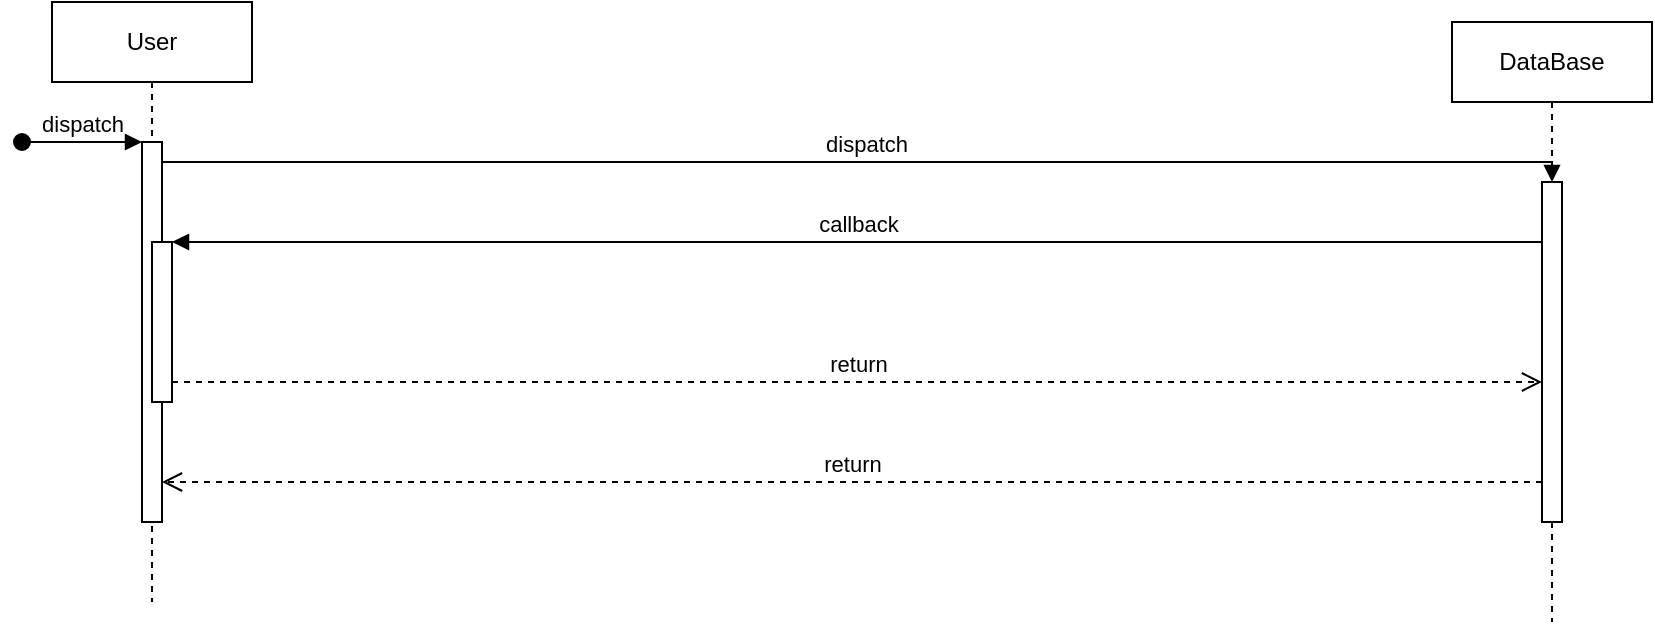
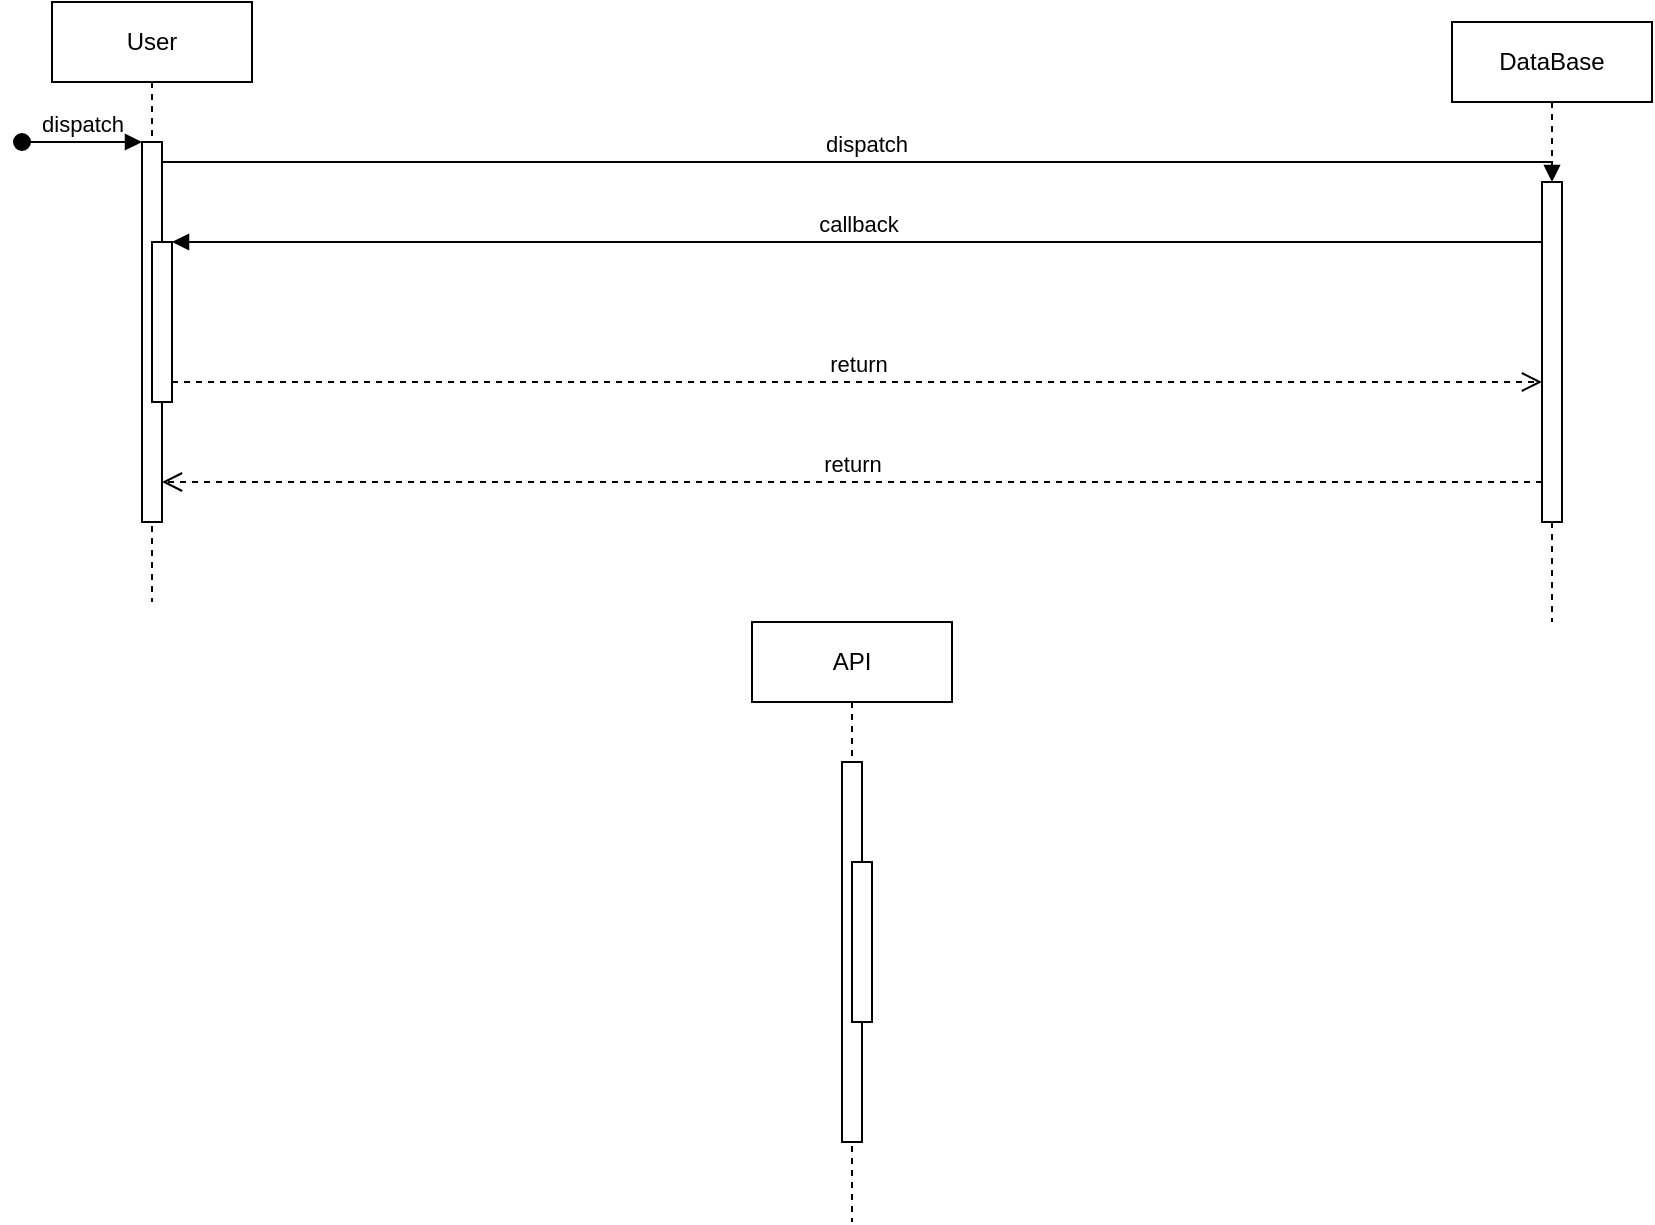
<mxfile host="app.diagrams.net" agent="5.0 (Macintosh; Intel Mac OS X 10_15_7) AppleWebKit/537.36 (KHTML, like Gecko) Chrome/109.0.0.0 Safari/537.36">
  <diagram name="Page-1" id="2YBvvXClWsGukQMizWep">
-     <mxGraphModel dx="1088" dy="418" grid="1" gridSize="10" guides="1" tooltips="1" connect="1" arrows="1" fold="1" page="1" pageScale="1" pageWidth="850" pageHeight="1100" math="0" shadow="0">
+     <mxGraphModel dx="1174" dy="429" grid="1" gridSize="10" guides="1" tooltips="1" connect="1" arrows="1" fold="1" page="1" pageScale="1" pageWidth="850" pageHeight="1100" math="0" shadow="0">
      <root>
        <mxCell id="0" />
        <mxCell id="1" parent="0" />
        <mxCell id="aM9ryv3xv72pqoxQDRHE-1" parent="1" style="shape=umlLifeline;perimeter=lifelinePerimeter;whiteSpace=wrap;html=1;container=0;dropTarget=0;collapsible=0;recursiveResize=0;outlineConnect=0;portConstraint=eastwest;newEdgeStyle={&quot;edgeStyle&quot;:&quot;elbowEdgeStyle&quot;,&quot;elbow&quot;:&quot;vertical&quot;,&quot;curved&quot;:0,&quot;rounded&quot;:0};" value="User" vertex="1">
          <mxGeometry height="300" width="100" x="40" y="40" as="geometry" />
        </mxCell>
        <mxCell id="aM9ryv3xv72pqoxQDRHE-2" parent="aM9ryv3xv72pqoxQDRHE-1" style="html=1;points=[];perimeter=orthogonalPerimeter;outlineConnect=0;targetShapes=umlLifeline;portConstraint=eastwest;newEdgeStyle={&quot;edgeStyle&quot;:&quot;elbowEdgeStyle&quot;,&quot;elbow&quot;:&quot;vertical&quot;,&quot;curved&quot;:0,&quot;rounded&quot;:0};" value="" vertex="1">
          <mxGeometry height="190" width="10" x="45" y="70" as="geometry" />
        </mxCell>
        <mxCell id="aM9ryv3xv72pqoxQDRHE-3" edge="1" parent="aM9ryv3xv72pqoxQDRHE-1" style="html=1;verticalAlign=bottom;startArrow=oval;endArrow=block;startSize=8;edgeStyle=elbowEdgeStyle;elbow=vertical;curved=0;rounded=0;" target="aM9ryv3xv72pqoxQDRHE-2" value="dispatch">
          <mxGeometry relative="1" as="geometry">
            <mxPoint x="-15" y="70" as="sourcePoint" />
          </mxGeometry>
        </mxCell>
        <mxCell id="aM9ryv3xv72pqoxQDRHE-4" parent="aM9ryv3xv72pqoxQDRHE-1" style="html=1;points=[];perimeter=orthogonalPerimeter;outlineConnect=0;targetShapes=umlLifeline;portConstraint=eastwest;newEdgeStyle={&quot;edgeStyle&quot;:&quot;elbowEdgeStyle&quot;,&quot;elbow&quot;:&quot;vertical&quot;,&quot;curved&quot;:0,&quot;rounded&quot;:0};" value="" vertex="1">
          <mxGeometry height="80" width="10" x="50" y="120" as="geometry" />
        </mxCell>
        <mxCell id="aM9ryv3xv72pqoxQDRHE-5" parent="1" style="shape=umlLifeline;perimeter=lifelinePerimeter;whiteSpace=wrap;html=1;container=0;dropTarget=0;collapsible=0;recursiveResize=0;outlineConnect=0;portConstraint=eastwest;newEdgeStyle={&quot;edgeStyle&quot;:&quot;elbowEdgeStyle&quot;,&quot;elbow&quot;:&quot;vertical&quot;,&quot;curved&quot;:0,&quot;rounded&quot;:0};" value="DataBase" vertex="1">
          <mxGeometry height="300" width="100" x="740" y="50" as="geometry" />
        </mxCell>
        <mxCell id="aM9ryv3xv72pqoxQDRHE-6" parent="aM9ryv3xv72pqoxQDRHE-5" style="html=1;points=[];perimeter=orthogonalPerimeter;outlineConnect=0;targetShapes=umlLifeline;portConstraint=eastwest;newEdgeStyle={&quot;edgeStyle&quot;:&quot;elbowEdgeStyle&quot;,&quot;elbow&quot;:&quot;vertical&quot;,&quot;curved&quot;:0,&quot;rounded&quot;:0};" value="" vertex="1">
          <mxGeometry height="170" width="10" x="45" y="80" as="geometry" />
        </mxCell>
        <mxCell id="aM9ryv3xv72pqoxQDRHE-7" edge="1" parent="1" source="aM9ryv3xv72pqoxQDRHE-2" style="html=1;verticalAlign=bottom;endArrow=block;edgeStyle=elbowEdgeStyle;elbow=vertical;curved=0;rounded=0;" target="aM9ryv3xv72pqoxQDRHE-6" value="dispatch">
          <mxGeometry relative="1" as="geometry">
            <Array as="points">
              <mxPoint x="180" y="120" />
            </Array>
            <mxPoint x="195" y="130" as="sourcePoint" />
          </mxGeometry>
        </mxCell>
        <mxCell id="aM9ryv3xv72pqoxQDRHE-8" edge="1" parent="1" source="aM9ryv3xv72pqoxQDRHE-6" style="html=1;verticalAlign=bottom;endArrow=open;dashed=1;endSize=8;edgeStyle=elbowEdgeStyle;elbow=vertical;curved=0;rounded=0;" target="aM9ryv3xv72pqoxQDRHE-2" value="return">
          <mxGeometry relative="1" as="geometry">
            <Array as="points">
              <mxPoint x="190" y="280" />
            </Array>
            <mxPoint x="195" y="205" as="targetPoint" />
          </mxGeometry>
        </mxCell>
        <mxCell id="aM9ryv3xv72pqoxQDRHE-9" edge="1" parent="1" source="aM9ryv3xv72pqoxQDRHE-6" style="html=1;verticalAlign=bottom;endArrow=block;edgeStyle=elbowEdgeStyle;elbow=vertical;curved=0;rounded=0;" target="aM9ryv3xv72pqoxQDRHE-4" value="callback">
          <mxGeometry relative="1" as="geometry">
            <Array as="points">
              <mxPoint x="190" y="160" />
            </Array>
            <mxPoint x="175" y="160" as="sourcePoint" />
          </mxGeometry>
        </mxCell>
        <mxCell id="aM9ryv3xv72pqoxQDRHE-10" edge="1" parent="1" source="aM9ryv3xv72pqoxQDRHE-4" style="html=1;verticalAlign=bottom;endArrow=open;dashed=1;endSize=8;edgeStyle=elbowEdgeStyle;elbow=vertical;curved=0;rounded=0;" target="aM9ryv3xv72pqoxQDRHE-6" value="return">
          <mxGeometry relative="1" as="geometry">
            <Array as="points">
              <mxPoint x="180" y="230" />
            </Array>
            <mxPoint x="175" y="235" as="targetPoint" />
          </mxGeometry>
        </mxCell>
+         <mxCell id="7Z1T8ZwHcXeBXznP6D7j-5" parent="1" style="shape=umlLifeline;perimeter=lifelinePerimeter;whiteSpace=wrap;html=1;container=0;dropTarget=0;collapsible=0;recursiveResize=0;outlineConnect=0;portConstraint=eastwest;newEdgeStyle={&quot;edgeStyle&quot;:&quot;elbowEdgeStyle&quot;,&quot;elbow&quot;:&quot;vertical&quot;,&quot;curved&quot;:0,&quot;rounded&quot;:0};" value="API" vertex="1">
+           <mxGeometry height="300" width="100" x="390" y="350" as="geometry" />
+         </mxCell>
+         <mxCell id="7Z1T8ZwHcXeBXznP6D7j-6" parent="7Z1T8ZwHcXeBXznP6D7j-5" style="html=1;points=[];perimeter=orthogonalPerimeter;outlineConnect=0;targetShapes=umlLifeline;portConstraint=eastwest;newEdgeStyle={&quot;edgeStyle&quot;:&quot;elbowEdgeStyle&quot;,&quot;elbow&quot;:&quot;vertical&quot;,&quot;curved&quot;:0,&quot;rounded&quot;:0};" value="" vertex="1">
+           <mxGeometry height="190" width="10" x="45" y="70" as="geometry" />
+         </mxCell>
+         <mxCell id="7Z1T8ZwHcXeBXznP6D7j-8" parent="7Z1T8ZwHcXeBXznP6D7j-5" style="html=1;points=[];perimeter=orthogonalPerimeter;outlineConnect=0;targetShapes=umlLifeline;portConstraint=eastwest;newEdgeStyle={&quot;edgeStyle&quot;:&quot;elbowEdgeStyle&quot;,&quot;elbow&quot;:&quot;vertical&quot;,&quot;curved&quot;:0,&quot;rounded&quot;:0};" value="" vertex="1">
+           <mxGeometry height="80" width="10" x="50" y="120" as="geometry" />
+         </mxCell>
      </root>
    </mxGraphModel>
  </diagram>
</mxfile>
